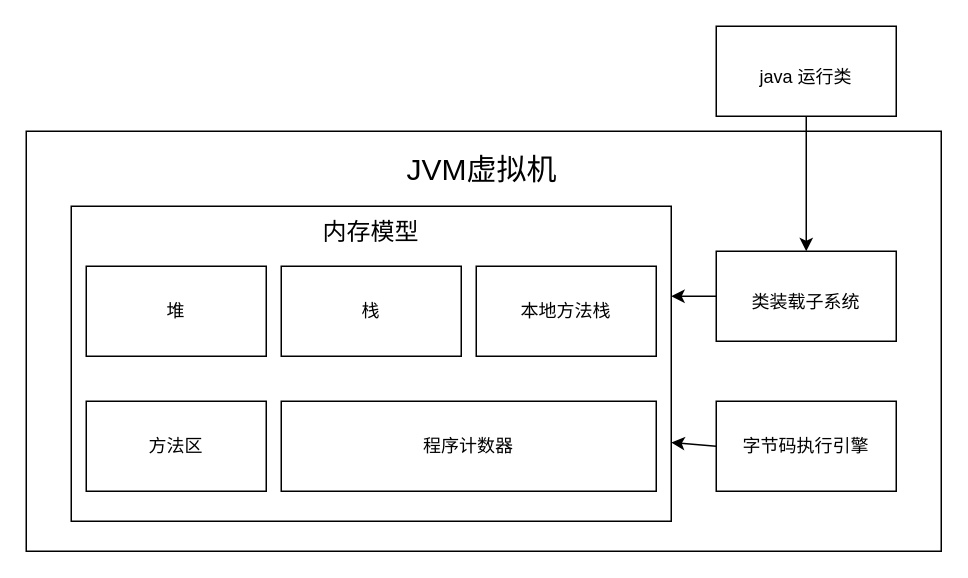
codeyunze/drawio keeps this draw.io diagram as JVM/JVM内存模型.drawio. Above is the earlier version. Source tidied: cells renumbered, new cells numbered last; positions are measured from the earlier drawing's top-left corner, leaving out a move shared by most shapes. Both pictures are drawn from the tidied source at 150%, with x=0, y=0 at pixel (26, 26).
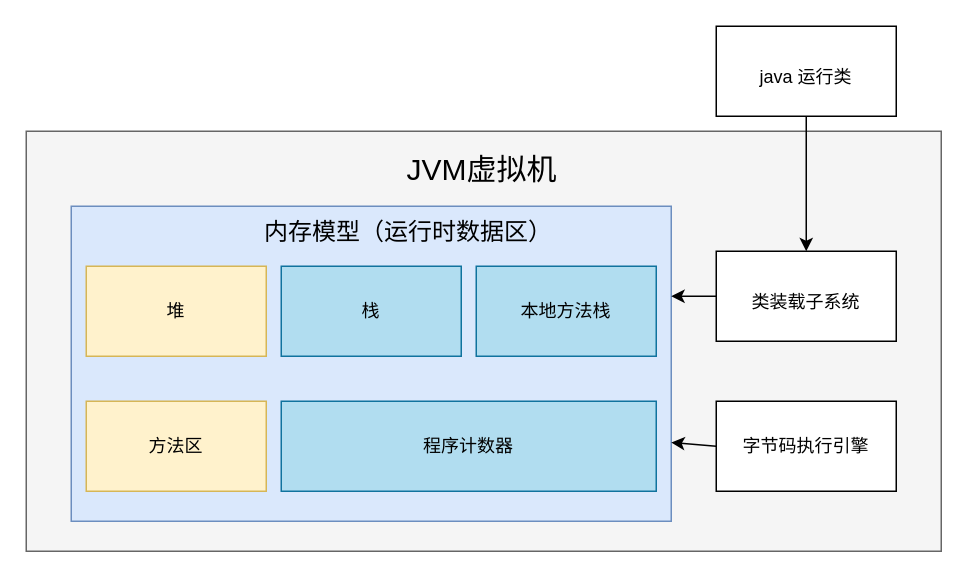
The same page after the edit.

Commit message:
更新JVM内存模型.drawio

What changed in the source:
```diff
@@
 <mxGraphModel>
   <root>
     <mxCell id="0" />
     <mxCell id="1" parent="0" />
-    <mxCell id="2" style="rounded=0;whiteSpace=wrap;html=1;" parent="1" vertex="1">
+    <mxCell id="2" style="rounded=0;whiteSpace=wrap;html=1;fillColor=#f5f5f5;fontColor=#333333;strokeColor=#666666;" parent="1" vertex="1">
       <mxGeometry y="70" width="610" height="280" as="geometry" />
     </mxCell>
     <mxCell id="3" value="&lt;font style=&quot;font-size: 20px&quot;&gt;JVM虚拟机&lt;/font&gt;" style="text;html=1;strokeColor=none;fillColor=none;align=center;verticalAlign=middle;whiteSpace=wrap;rounded=0;" parent="1" vertex="1">
       <mxGeometry x="229" y="80" width="150" height="30" as="geometry" />
     </mxCell>
-    <mxCell id="4" style="rounded=0;whiteSpace=wrap;html=1;fontSize=20;" parent="1" vertex="1">
+    <mxCell id="4" style="rounded=0;whiteSpace=wrap;html=1;fontSize=20;fillColor=#dae8fc;strokeColor=#6c8ebf;" parent="1" vertex="1">
       <mxGeometry x="30" y="120" width="400" height="210" as="geometry" />
     </mxCell>
     <mxCell id="5" style="edgeStyle=none;html=1;exitX=0;exitY=0.5;exitDx=0;exitDy=0;fontSize=12;" parent="1" edge="1" source="6">
       <mxGeometry relative="1" as="geometry">
         <mxPoint x="430" y="180" as="targetPoint" />
       </mxGeometry>
     </mxCell>
     <mxCell id="6" value="&lt;font style=&quot;font-size: 12px&quot;&gt;类装载子系统&lt;/font&gt;" style="rounded=0;whiteSpace=wrap;html=1;fontSize=20;" parent="1" vertex="1">
       <mxGeometry x="460" y="150" width="120" height="60" as="geometry" />
     </mxCell>
     <mxCell id="7" style="edgeStyle=none;html=1;exitX=0;exitY=0.5;exitDx=0;exitDy=0;entryX=1;entryY=0.75;entryDx=0;entryDy=0;fontSize=16;" parent="1" edge="1" source="8" target="4">
       <mxGeometry relative="1" as="geometry" />
     </mxCell>
     <mxCell id="8" value="字节码执行引擎" style="rounded=0;whiteSpace=wrap;html=1;fontSize=12;" parent="1" vertex="1">
       <mxGeometry x="460" y="250" width="120" height="60" as="geometry" />
     </mxCell>
-    <mxCell id="9" value="&lt;font style=&quot;font-size: 16px&quot;&gt;内存模型&lt;/font&gt;" style="text;html=1;strokeColor=none;fillColor=none;align=center;verticalAlign=middle;whiteSpace=wrap;rounded=0;fontSize=20;" parent="1" vertex="1">
-      <mxGeometry x="140" y="120" width="180" height="30" as="geometry" />
+    <mxCell id="9" value="&lt;font style=&quot;font-size: 16px&quot;&gt;内存模型（运行时数据区）&lt;/font&gt;" style="text;html=1;strokeColor=none;fillColor=none;align=center;verticalAlign=middle;whiteSpace=wrap;rounded=0;fontSize=20;" parent="1" vertex="1">
+      <mxGeometry x="140" y="120" width="230" height="30" as="geometry" />
     </mxCell>
-    <mxCell id="10" value="堆" style="rounded=0;whiteSpace=wrap;html=1;fontSize=12;" parent="1" vertex="1">
+    <mxCell id="10" value="堆" style="rounded=0;whiteSpace=wrap;html=1;fontSize=12;fillColor=#fff2cc;strokeColor=#d6b656;" parent="1" vertex="1">
       <mxGeometry x="40" y="160" width="120" height="60" as="geometry" />
     </mxCell>
-    <mxCell id="11" value="本地方法栈" style="rounded=0;whiteSpace=wrap;html=1;fontSize=12;" parent="1" vertex="1">
+    <mxCell id="11" value="本地方法栈" style="rounded=0;whiteSpace=wrap;html=1;fontSize=12;fillColor=#b1ddf0;strokeColor=#10739e;" parent="1" vertex="1">
       <mxGeometry x="300" y="160" width="120" height="60" as="geometry" />
     </mxCell>
-    <mxCell id="12" value="栈" style="rounded=0;whiteSpace=wrap;html=1;fontSize=12;" parent="1" vertex="1">
+    <mxCell id="12" value="栈" style="rounded=0;whiteSpace=wrap;html=1;fontSize=12;fillColor=#b1ddf0;strokeColor=#10739e;" parent="1" vertex="1">
       <mxGeometry x="170" y="160" width="120" height="60" as="geometry" />
     </mxCell>
-    <mxCell id="13" value="方法区" style="rounded=0;whiteSpace=wrap;html=1;fontSize=12;" parent="1" vertex="1">
+    <mxCell id="13" value="方法区" style="rounded=0;whiteSpace=wrap;html=1;fontSize=12;fillColor=#fff2cc;strokeColor=#d6b656;" parent="1" vertex="1">
       <mxGeometry x="40" y="250" width="120" height="60" as="geometry" />
     </mxCell>
-    <mxCell id="14" value="程序计数器" style="rounded=0;whiteSpace=wrap;html=1;fontSize=12;" parent="1" vertex="1">
+    <mxCell id="14" value="程序计数器" style="rounded=0;whiteSpace=wrap;html=1;fontSize=12;fillColor=#b1ddf0;strokeColor=#10739e;" parent="1" vertex="1">
       <mxGeometry x="170" y="250" width="250" height="60" as="geometry" />
     </mxCell>
     <mxCell id="15" style="edgeStyle=none;html=1;exitX=0.5;exitY=1;exitDx=0;exitDy=0;fontSize=12;" parent="1" edge="1" source="16" target="6">
       <mxGeometry relative="1" as="geometry" />
     </mxCell>
     <mxCell id="16" value="&lt;font style=&quot;font-size: 12px&quot;&gt;java 运行类&lt;/font&gt;" style="rounded=0;whiteSpace=wrap;html=1;fontSize=20;" parent="1" vertex="1">
       <mxGeometry x="460" width="120" height="60" as="geometry" />
     </mxCell>
   </root>
 </mxGraphModel>
```
